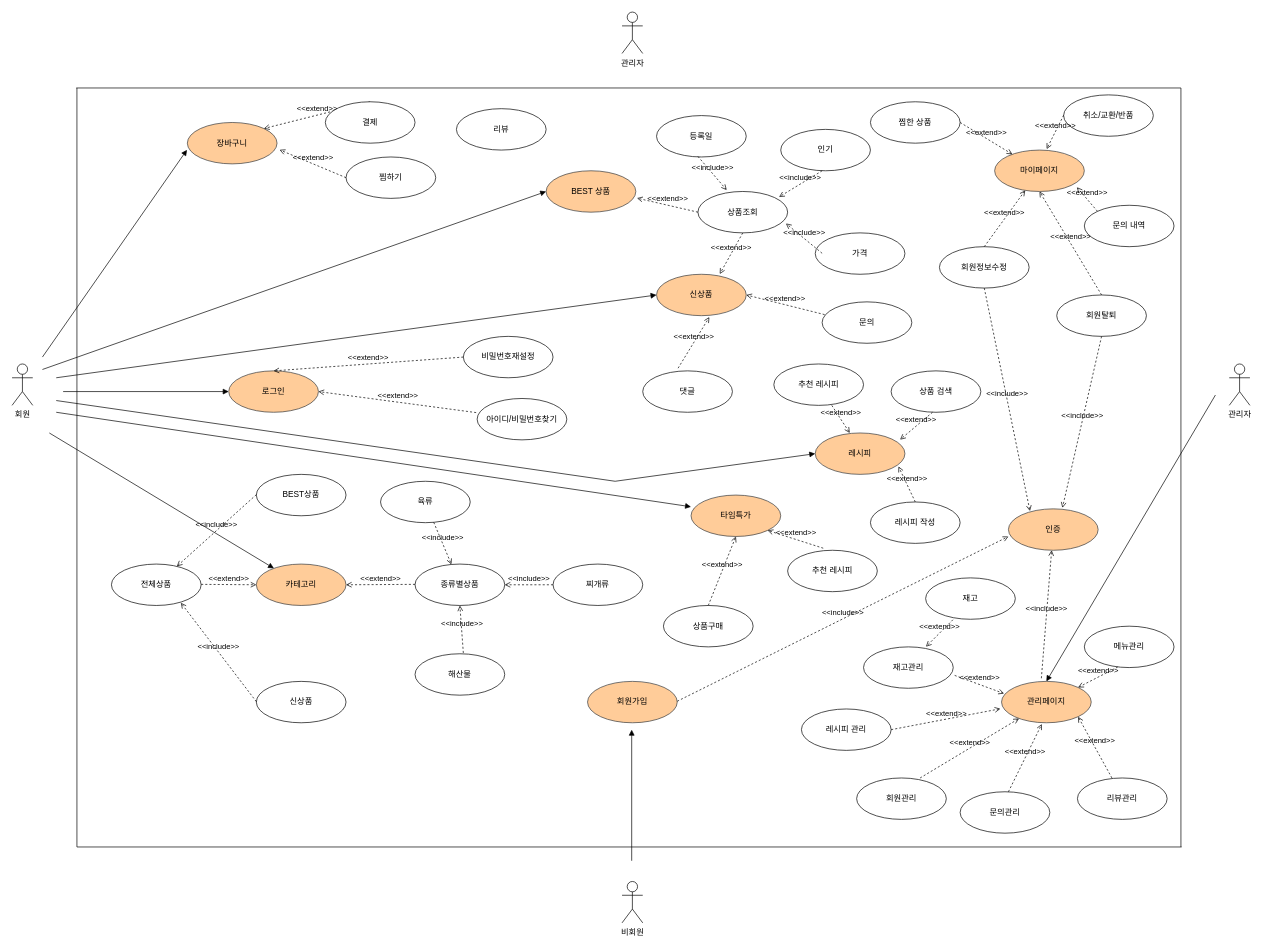
Earlier version of the draw.io diagram USECASE DIAGRAM.drawio (wjdwodhs/USECASE-DIAGRAM). Source tidied: cells renumbered, new cells numbered last; positions are measured from the earlier drawing's top-left corner, leaving out a move shared by most shapes. Both pictures are drawn from the tidied source at 69%, with x=0, y=0 at pixel (12, 12).
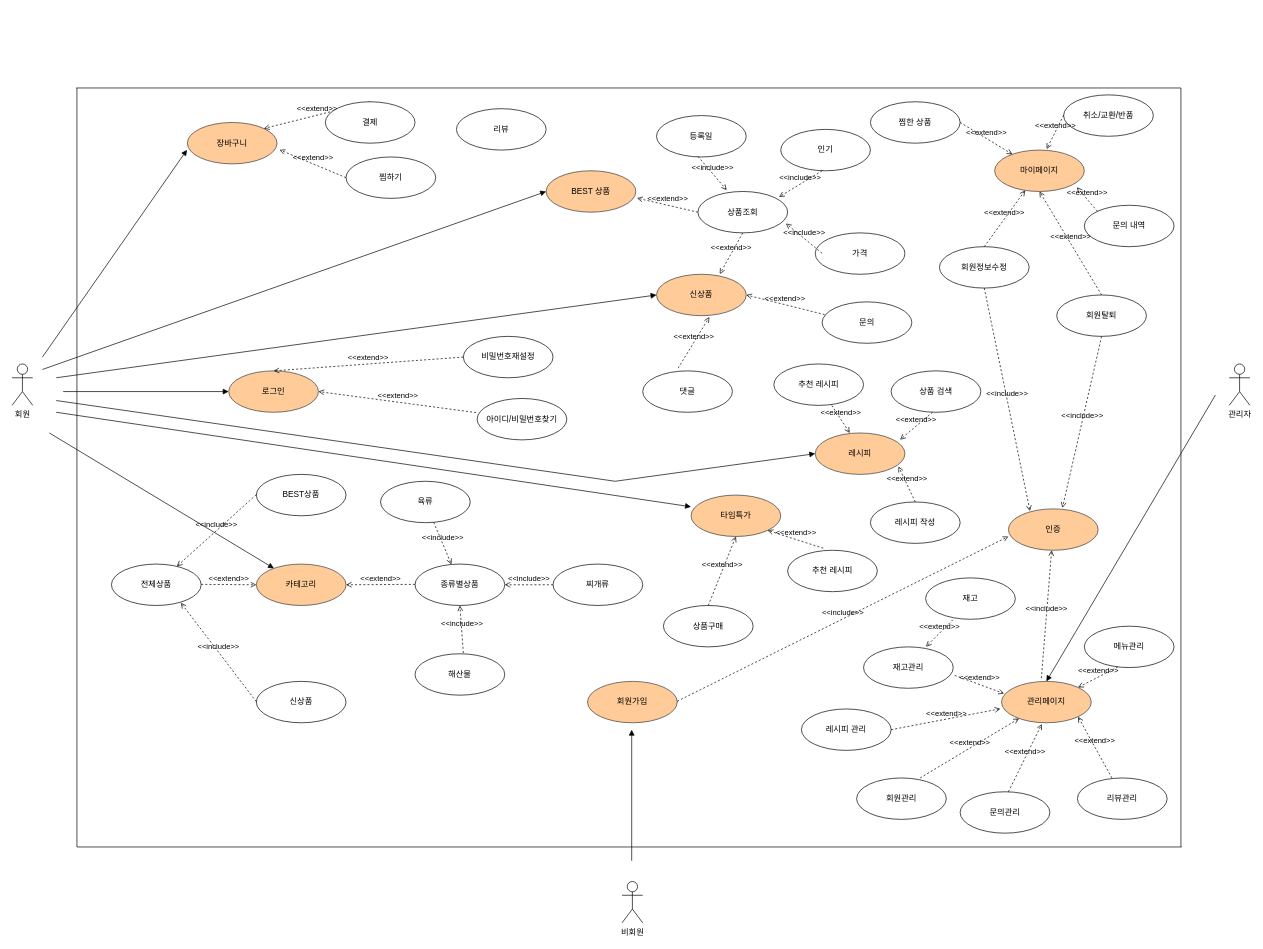
The same page after the edit.

What changed in the source:
```diff
@@
-    <mxCell id="4" value="관리자" style="shape=umlActor;verticalLabelPosition=bottom;verticalAlign=top;html=1;" parent="1" vertex="1">
-      <mxGeometry x="884" width="30" height="60" as="geometry" />
-    </mxCell>
```
